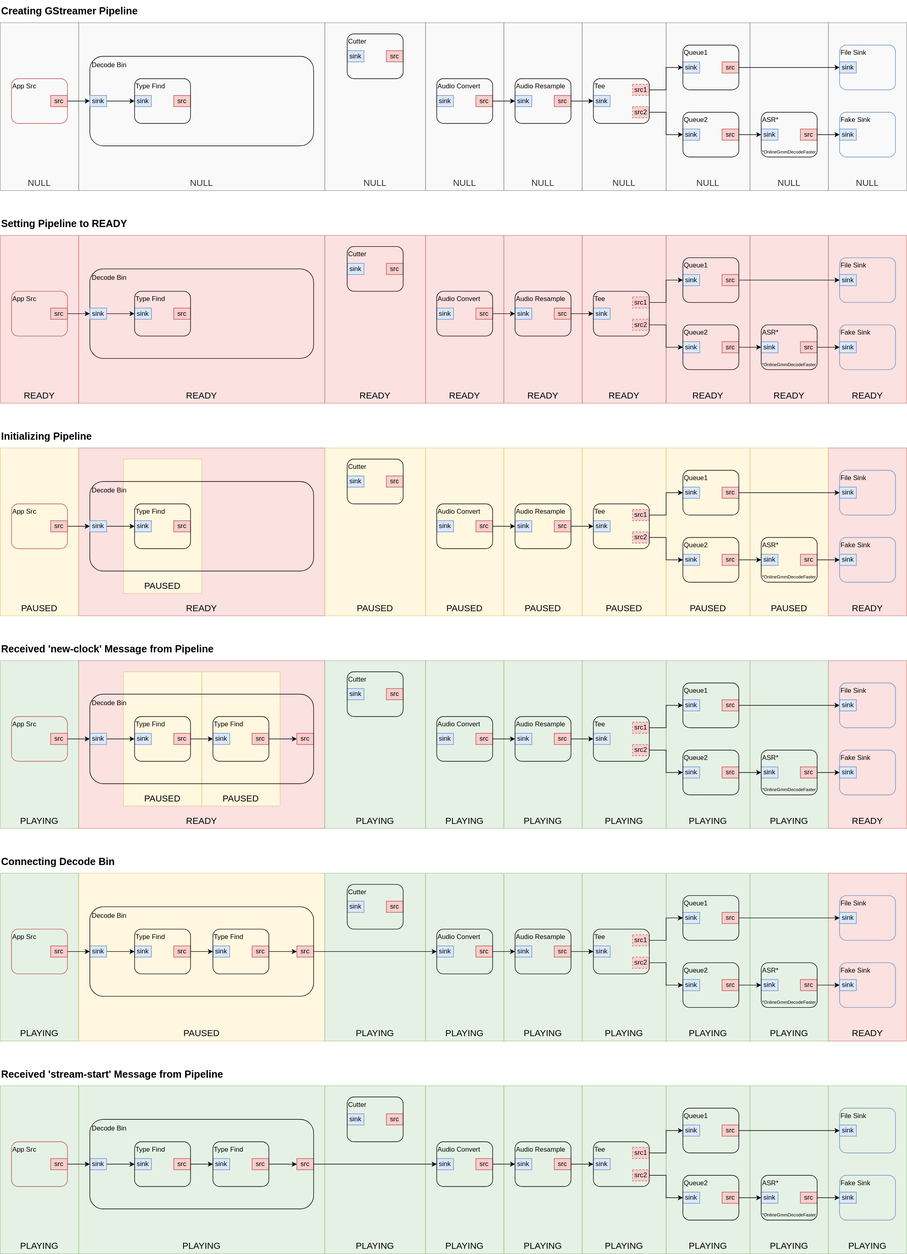
This is drawio/decoder-gst-pipeline-states.svg from alkazap/kaldi-gstreamer-server, a draw.io export, as it was before one commit. Source tidied: cells renumbered, new cells last; positions are measured from the earlier drawing's top-left corner, leaving out a move shared by most shapes.
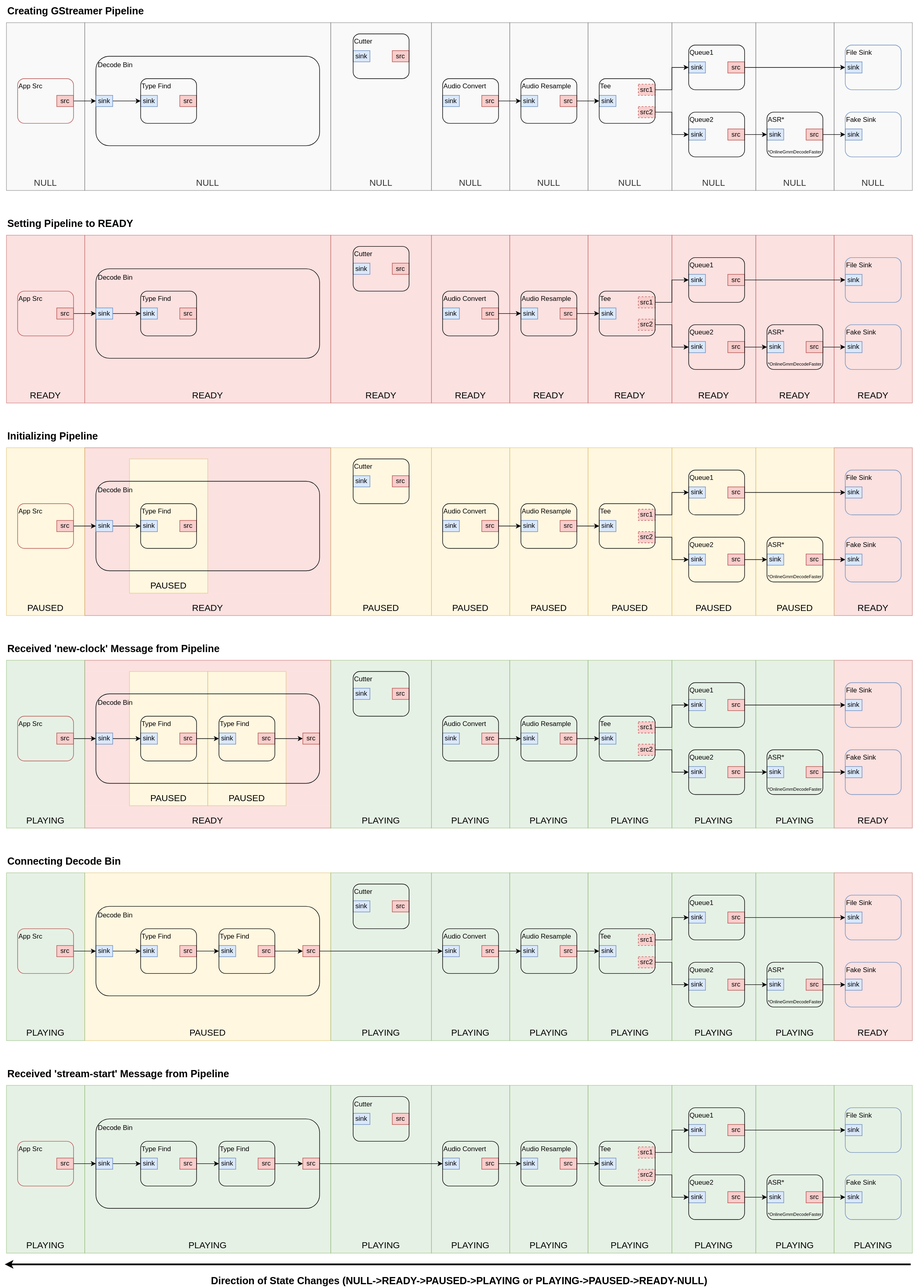
After the change.

Diff of the diagram source:
```diff
@@ -1072,5 +1072,14 @@
     <mxCell id="353" value="&lt;span style=&quot;white-space: normal&quot;&gt;Decode Bin&lt;/span&gt;" style="rounded=1;whiteSpace=wrap;html=1;align=left;verticalAlign=top;fillColor=none;spacing=4;" parent="1" vertex="1">
       <mxGeometry x="160" y="2000" width="400" height="160" as="geometry" />
     </mxCell>
+    <mxCell id="354" style="endArrow=classic;html=1;strokeColor=#000000;fontSize=18;strokeWidth=3;" parent="1" edge="1">
+      <mxGeometry relative="1" as="geometry">
+        <mxPoint x="1617" y="2260" as="sourcePoint" />
+        <mxPoint x="-3" y="2260" as="targetPoint" />
+      </mxGeometry>
+    </mxCell>
+    <mxCell id="355" value="Direction of State Changes (NULL-&amp;gt;READY-&amp;gt;PAUSED-&amp;gt;PLAYING or PLAYING-&amp;gt;PAUSED-&amp;gt;READY-NULL)" style="text;html=1;strokeColor=none;fillColor=none;align=center;verticalAlign=middle;whiteSpace=wrap;rounded=0;opacity=30;fontStyle=1;fontSize=18;" parent="1" vertex="1">
+      <mxGeometry y="2280" width="1620" height="20" as="geometry" />
+    </mxCell>
   </root>
 </mxGraphModel>
```
